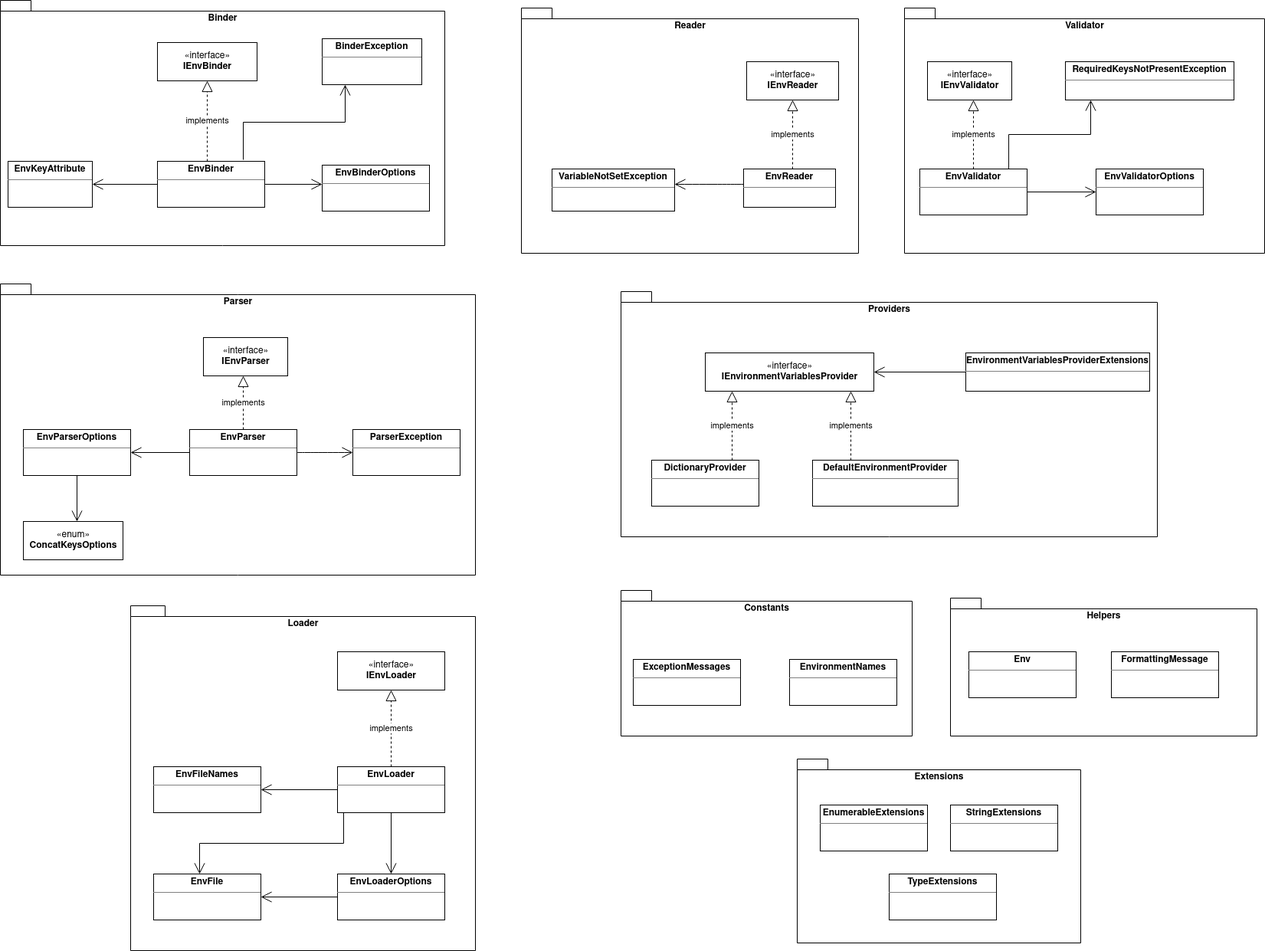
Before: docs/images/package-diagram-library.png, a diagram exported from draw.io (MrDave1999/dotenv.core). Source tidied: cells renumbered, new cells last; positions are measured from the earlier drawing's top-left corner, leaving out a move shared by most shapes.
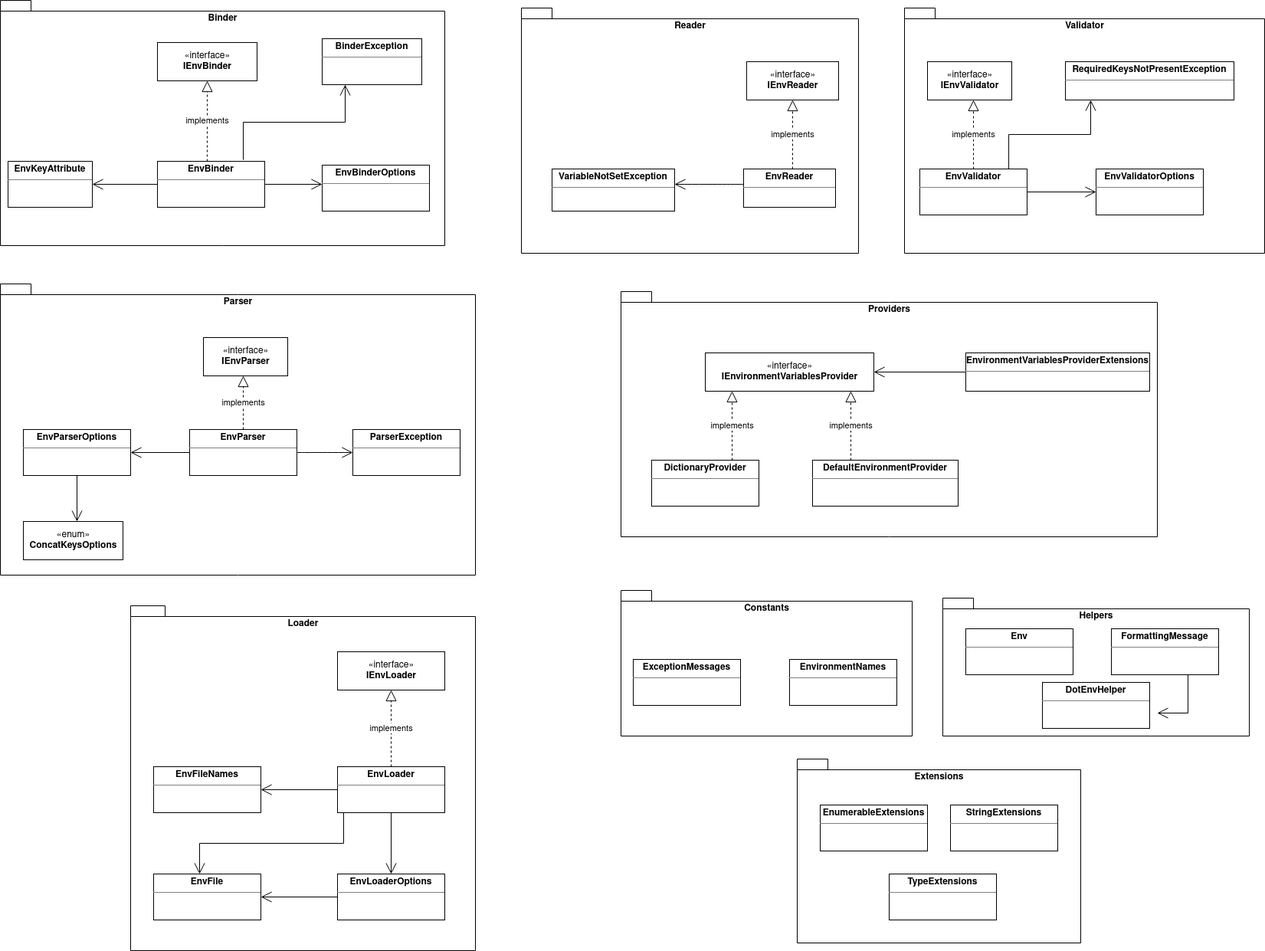
After the commit.

Change to the diagram source:
```diff
@@ -87,13 +87,13 @@
       <mxGeometry relative="1" as="geometry" />
     </mxCell>
     <mxCell id="27" value="Helpers" style="shape=folder;fontStyle=1;spacingTop=10;tabWidth=40;tabHeight=14;tabPosition=left;html=1;verticalAlign=top;" parent="1" vertex="1">
-      <mxGeometry x="1240" y="780" width="400" height="180" as="geometry" />
+      <mxGeometry x="1230" y="780" width="400" height="180" as="geometry" />
     </mxCell>
     <mxCell id="28" value="&lt;p style=&quot;margin: 0px ; margin-top: 4px ; text-align: center&quot;&gt;&lt;b&gt;Env&lt;/b&gt;&lt;/p&gt;&lt;hr size=&quot;1&quot;&gt;&lt;div style=&quot;height: 2px&quot;&gt;&lt;/div&gt;" style="verticalAlign=top;align=left;overflow=fill;fontSize=12;fontFamily=Helvetica;html=1;" parent="1" vertex="1">
-      <mxGeometry x="1264" y="850" width="140" height="60" as="geometry" />
+      <mxGeometry x="1260" y="820" width="140" height="60" as="geometry" />
     </mxCell>
     <mxCell id="29" value="&lt;p style=&quot;margin: 0px ; margin-top: 4px ; text-align: center&quot;&gt;&lt;b&gt;FormattingMessage&lt;/b&gt;&lt;br&gt;&lt;/p&gt;&lt;hr size=&quot;1&quot;&gt;&lt;div style=&quot;height: 2px&quot;&gt;&lt;/div&gt;" style="verticalAlign=top;align=left;overflow=fill;fontSize=12;fontFamily=Helvetica;html=1;" parent="1" vertex="1">
-      <mxGeometry x="1450" y="850" width="140" height="60" as="geometry" />
+      <mxGeometry x="1450" y="820" width="140" height="60" as="geometry" />
     </mxCell>
     <mxCell id="30" value="&lt;p style=&quot;margin: 0px ; margin-top: 4px ; text-align: center&quot;&gt;&lt;b&gt;EnvParserOptions&lt;/b&gt;&lt;/p&gt;&lt;hr size=&quot;1&quot;&gt;&lt;div style=&quot;height: 2px&quot;&gt;&lt;/div&gt;" style="verticalAlign=top;align=left;overflow=fill;fontSize=12;fontFamily=Helvetica;html=1;" parent="1" vertex="1">
       <mxGeometry x="30" y="560" width="140" height="60" as="geometry" />
@@ -224,5 +224,17 @@
     <mxCell id="64" value="&lt;p style=&quot;margin: 0px ; margin-top: 4px ; text-align: center&quot;&gt;&lt;b&gt;TypeExtensions&lt;/b&gt;&lt;/p&gt;&lt;hr size=&quot;1&quot;&gt;&lt;div style=&quot;height: 2px&quot;&gt;&lt;/div&gt;" style="verticalAlign=top;align=left;overflow=fill;fontSize=12;fontFamily=Helvetica;html=1;" parent="1" vertex="1">
       <mxGeometry x="1160" y="1140" width="140" height="60" as="geometry" />
     </mxCell>
+    <mxCell id="65" value="&lt;p style=&quot;margin: 0px ; margin-top: 4px ; text-align: center&quot;&gt;&lt;b&gt;DotEnvHelper&lt;/b&gt;&lt;/p&gt;&lt;hr size=&quot;1&quot;&gt;&lt;div style=&quot;height: 2px&quot;&gt;&lt;/div&gt;" style="verticalAlign=top;align=left;overflow=fill;fontSize=12;fontFamily=Helvetica;html=1;" parent="1" vertex="1">
+      <mxGeometry x="1360" y="890" width="140" height="60" as="geometry" />
+    </mxCell>
+    <mxCell id="66" style="endArrow=open;endFill=1;endSize=12;html=1;rounded=0;" parent="1" edge="1">
+      <mxGeometry relative="1" as="geometry">
+        <mxPoint x="1550" y="880" as="sourcePoint" />
+        <mxPoint x="1510" y="930" as="targetPoint" />
+        <Array as="points">
+          <mxPoint x="1550" y="930" />
+        </Array>
+      </mxGeometry>
+    </mxCell>
   </root>
 </mxGraphModel>
```
